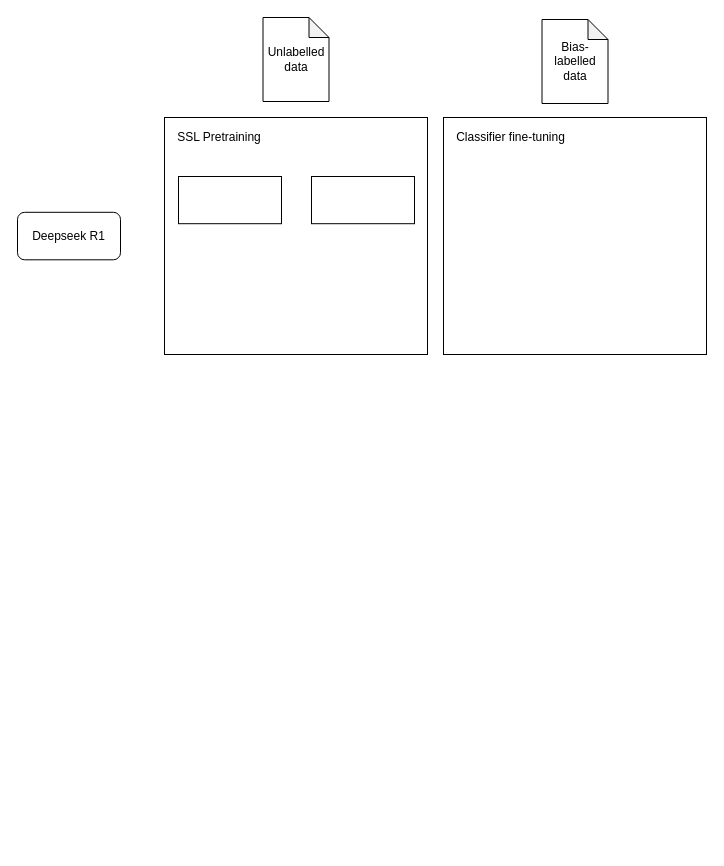
The draw.io diagram Architecture.drawio in cvu-opensource/NTU-DLWeek2025, before the edit. Source tidied: cells renumbered, new cells numbered last; positions are measured from the earlier drawing's top-left corner, leaving out a move shared by most shapes. Both pictures are drawn from the tidied source at 100%, with x=0, y=0 at pixel (17, 17).
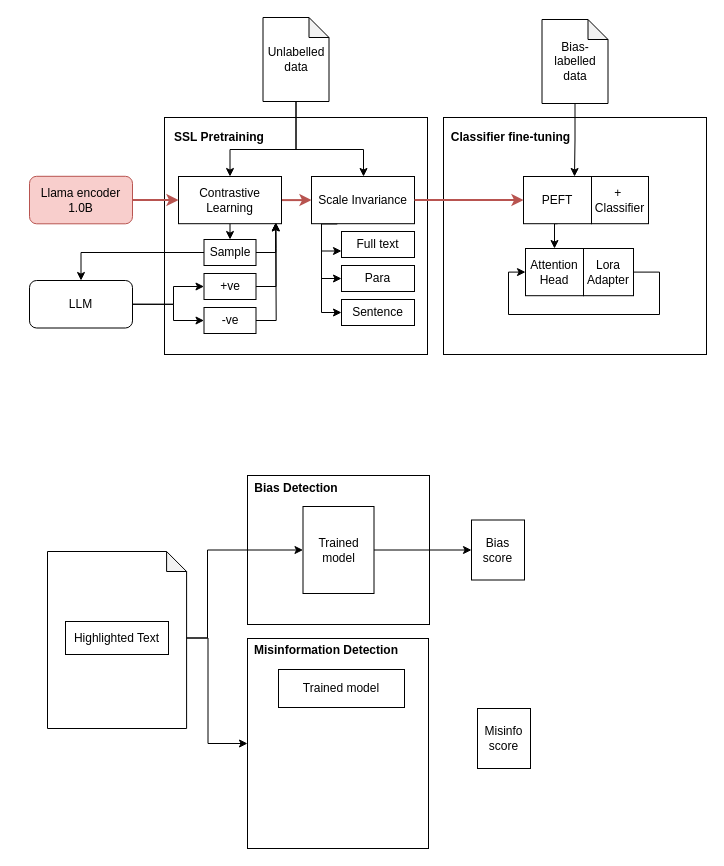
Above is the later version.

Commit message (it also covers changes not shown here):
trying to augment labels

The change refers to these unchanged cells:
```xml
<mxCell id="2" style="group;" parent="1" vertex="1">
  <mxGeometry x="147" y="100" width="263" height="237" as="geometry" />
</mxCell>
<mxCell id="7" style="group;" parent="1" vertex="1">
  <mxGeometry x="426" y="100" width="263" height="237" as="geometry" />
</mxCell>
<mxCell id="10" value="Unlabelled data" style="shape=note;whiteSpace=wrap;html=1;backgroundOutline=1;darkOpacity=0.05;size=20;" parent="1" vertex="1">
  <mxGeometry x="245.5" width="66" height="84" as="geometry" />
</mxCell>
<mxCell id="11" value="Bias-labelled data" style="shape=note;whiteSpace=wrap;html=1;backgroundOutline=1;darkOpacity=0.05;size=20;" parent="1" vertex="1">
  <mxGeometry x="524.5" y="2" width="66" height="84" as="geometry" />
</mxCell>
```

Diff of the diagram source:
```diff
@@
-    <mxCell id="4" value="SSL Pretraining" style="text;html=1;align=center;verticalAlign=middle;whiteSpace=wrap;rounded=0;" parent="2" vertex="1">
+    <mxCell id="4" value="SSL Pretraining" style="text;html=1;align=center;verticalAlign=middle;whiteSpace=wrap;rounded=0;fontStyle=1;" parent="2" vertex="1">
       <mxGeometry x="3.7" y="5" width="102.3" height="30" as="geometry" />
     </mxCell>
+    <mxCell id="13" style="edgeStyle=orthogonalEdgeStyle;rounded=0;jettySize=auto;html=1;exitX=1;exitY=0.5;exitDx=0;exitDy=0;entryX=0;entryY=0.5;entryDx=0;entryDy=0;fillColor=#f8cecc;strokeColor=#b85450;strokeWidth=2;" parent="2" edge="1" source="5" target="6">
+      <mxGeometry relative="1" as="geometry" />
+    </mxCell>
+    <mxCell id="14" style="edgeStyle=orthogonalEdgeStyle;rounded=0;jettySize=auto;html=1;exitX=0.5;exitY=1;exitDx=0;exitDy=0;entryX=0.5;entryY=0;entryDx=0;entryDy=0;" parent="2" edge="1" source="5" target="22">
+      <mxGeometry relative="1" as="geometry" />
+    </mxCell>
-    <mxCell id="5" style="rounded=0;whiteSpace=wrap;html=1;" parent="2" vertex="1">
+    <mxCell id="5" value="Contrastive Learning" style="rounded=0;whiteSpace=wrap;html=1;" parent="2" vertex="1">
       <mxGeometry x="14" y="59" width="103" height="47.2" as="geometry" />
     </mxCell>
+    <mxCell id="15" style="edgeStyle=orthogonalEdgeStyle;rounded=0;jettySize=auto;html=1;exitX=0.25;exitY=1;exitDx=0;exitDy=0;entryX=0;entryY=0.75;entryDx=0;entryDy=0;" parent="2" edge="1" source="6" target="18">
+      <mxGeometry relative="1" as="geometry">
+        <Array as="points">
+          <mxPoint x="157" y="106" />
+          <mxPoint x="157" y="134" />
+        </Array>
+      </mxGeometry>
+    </mxCell>
+    <mxCell id="16" style="edgeStyle=orthogonalEdgeStyle;rounded=0;jettySize=auto;html=1;exitX=0.25;exitY=1;exitDx=0;exitDy=0;entryX=0;entryY=0.5;entryDx=0;entryDy=0;" parent="2" edge="1" source="6" target="20">
+      <mxGeometry relative="1" as="geometry">
+        <Array as="points">
+          <mxPoint x="157" y="106" />
+          <mxPoint x="157" y="195" />
+        </Array>
+      </mxGeometry>
+    </mxCell>
+    <mxCell id="17" style="edgeStyle=orthogonalEdgeStyle;rounded=0;jettySize=auto;html=1;exitX=0.25;exitY=1;exitDx=0;exitDy=0;entryX=0;entryY=0.5;entryDx=0;entryDy=0;" parent="2" edge="1" source="6" target="19">
+      <mxGeometry relative="1" as="geometry">
+        <Array as="points">
+          <mxPoint x="157" y="106" />
+          <mxPoint x="157" y="161" />
+        </Array>
+      </mxGeometry>
+    </mxCell>
-    <mxCell id="6" style="rounded=0;whiteSpace=wrap;html=1;" parent="2" vertex="1">
+    <mxCell id="6" value="Scale Invariance" style="rounded=0;whiteSpace=wrap;html=1;" parent="2" vertex="1">
       <mxGeometry x="147" y="59" width="103" height="47.2" as="geometry" />
     </mxCell>
+    <mxCell id="18" value="Full text" style="rounded=0;whiteSpace=wrap;html=1;" parent="2" vertex="1">
+      <mxGeometry x="177" y="114" width="73" height="26" as="geometry" />
+    </mxCell>
+    <mxCell id="19" value="Para" style="rounded=0;whiteSpace=wrap;html=1;" parent="2" vertex="1">
+      <mxGeometry x="177" y="148" width="73" height="26" as="geometry" />
+    </mxCell>
+    <mxCell id="20" value="Sentence" style="rounded=0;whiteSpace=wrap;html=1;" parent="2" vertex="1">
+      <mxGeometry x="177" y="182" width="73" height="26" as="geometry" />
+    </mxCell>
+    <mxCell id="21" style="edgeStyle=orthogonalEdgeStyle;rounded=0;jettySize=auto;html=1;exitX=1;exitY=0.5;exitDx=0;exitDy=0;" parent="2" edge="1" source="22">
+      <mxGeometry relative="1" as="geometry">
+        <mxPoint x="111.2" y="105.4" as="targetPoint" />
+      </mxGeometry>
+    </mxCell>
+    <mxCell id="22" value="Sample" style="rounded=0;whiteSpace=wrap;html=1;" parent="2" vertex="1">
+      <mxGeometry x="39.5" y="122" width="52" height="26" as="geometry" />
+    </mxCell>
+    <mxCell id="23" value="+ve" style="rounded=0;whiteSpace=wrap;html=1;" parent="2" vertex="1">
+      <mxGeometry x="39.5" y="156" width="52" height="26" as="geometry" />
+    </mxCell>
+    <mxCell id="24" style="edgeStyle=orthogonalEdgeStyle;rounded=0;jettySize=auto;html=1;exitX=1;exitY=0.5;exitDx=0;exitDy=0;" parent="2" edge="1" source="25">
+      <mxGeometry relative="1" as="geometry">
+        <mxPoint x="111.2" y="105.4" as="targetPoint" />
+      </mxGeometry>
+    </mxCell>
+    <mxCell id="25" value="-ve" style="rounded=0;whiteSpace=wrap;html=1;" parent="2" vertex="1">
+      <mxGeometry x="39.5" y="190" width="52" height="26" as="geometry" />
+    </mxCell>
+    <mxCell id="26" style="edgeStyle=orthogonalEdgeStyle;rounded=0;jettySize=auto;html=1;exitX=1;exitY=0.5;exitDx=0;exitDy=0;entryX=0.945;entryY=0.975;entryDx=0;entryDy=0;entryPerimeter=0;" parent="2" edge="1" source="23" target="5">
+      <mxGeometry relative="1" as="geometry" />
+    </mxCell>
@@
-    <mxCell id="9" value="Classifier fine-tuning" style="text;html=1;align=center;verticalAlign=middle;whiteSpace=wrap;rounded=0;" parent="7" vertex="1">
+    <mxCell id="9" value="&lt;b&gt;Classifier fine-tuning&lt;/b&gt;" style="text;html=1;align=center;verticalAlign=middle;whiteSpace=wrap;rounded=0;" parent="7" vertex="1">
       <mxGeometry x="3.7" y="5" width="127.3" height="30" as="geometry" />
     </mxCell>
+    <mxCell id="27" style="edgeStyle=orthogonalEdgeStyle;rounded=0;jettySize=auto;html=1;exitX=0.5;exitY=1;exitDx=0;exitDy=0;entryX=0.5;entryY=0;entryDx=0;entryDy=0;" parent="7" edge="1" source="28" target="32">
+      <mxGeometry relative="1" as="geometry" />
+    </mxCell>
+    <mxCell id="28" value="PEFT" style="rounded=0;whiteSpace=wrap;html=1;" parent="7" vertex="1">
+      <mxGeometry x="80" y="59" width="68" height="47.2" as="geometry" />
+    </mxCell>
+    <mxCell id="29" value="+&amp;nbsp;&lt;div&gt;Classifier&lt;/div&gt;" style="rounded=0;whiteSpace=wrap;html=1;" parent="7" vertex="1">
+      <mxGeometry x="148" y="59" width="57" height="47.2" as="geometry" />
+    </mxCell>
+    <mxCell id="30" style="group;" parent="7" vertex="1">
+      <mxGeometry x="82" y="131" width="108" height="47.2" as="geometry" />
+    </mxCell>
+    <mxCell id="31" value="Lora Adapter" style="rounded=0;whiteSpace=wrap;html=1;" parent="30" vertex="1">
+      <mxGeometry x="58" width="50" height="47.2" as="geometry" />
+    </mxCell>
+    <mxCell id="32" value="Attention Head" style="rounded=0;whiteSpace=wrap;html=1;" parent="30" vertex="1">
+      <mxGeometry width="58" height="47.2" as="geometry" />
+    </mxCell>
+    <mxCell id="33" style="edgeStyle=orthogonalEdgeStyle;rounded=0;jettySize=auto;html=1;exitX=1;exitY=0.5;exitDx=0;exitDy=0;entryX=0;entryY=0.5;entryDx=0;entryDy=0;" parent="30" edge="1" source="31" target="32">
+      <mxGeometry relative="1" as="geometry">
+        <Array as="points">
+          <mxPoint x="134" y="24" />
+          <mxPoint x="134" y="66" />
+          <mxPoint x="-17" y="66" />
+          <mxPoint x="-17" y="24" />
+        </Array>
+      </mxGeometry>
+    </mxCell>
+    <mxCell id="34" style="edgeStyle=orthogonalEdgeStyle;rounded=0;jettySize=auto;html=1;exitX=0.5;exitY=1;exitDx=0;exitDy=0;exitPerimeter=0;entryX=0.5;entryY=0;entryDx=0;entryDy=0;" parent="1" edge="1" source="10" target="5">
+      <mxGeometry relative="1" as="geometry">
+        <Array as="points">
+          <mxPoint x="278" y="132" />
+          <mxPoint x="212" y="132" />
+        </Array>
+      </mxGeometry>
+    </mxCell>
+    <mxCell id="35" style="edgeStyle=orthogonalEdgeStyle;rounded=0;jettySize=auto;html=1;exitX=0.5;exitY=1;exitDx=0;exitDy=0;exitPerimeter=0;" parent="1" edge="1" source="10" target="6">
+      <mxGeometry relative="1" as="geometry">
+        <Array as="points">
+          <mxPoint x="278" y="132" />
+          <mxPoint x="346" y="132" />
+        </Array>
+      </mxGeometry>
+    </mxCell>
@@
+    <mxCell id="36" style="edgeStyle=orthogonalEdgeStyle;rounded=0;jettySize=auto;html=1;exitX=0.5;exitY=1;exitDx=0;exitDy=0;exitPerimeter=0;entryX=0.75;entryY=0;entryDx=0;entryDy=0;" parent="1" edge="1" source="11" target="28">
+      <mxGeometry relative="1" as="geometry" />
+    </mxCell>
@@
+    <mxCell id="37" style="edgeStyle=orthogonalEdgeStyle;rounded=0;jettySize=auto;html=1;exitX=1;exitY=0.5;exitDx=0;exitDy=0;entryX=0;entryY=0.5;entryDx=0;entryDy=0;" parent="1" edge="1" source="12" target="23">
+      <mxGeometry relative="1" as="geometry">
+        <Array as="points">
+          <mxPoint x="156" y="287" />
+          <mxPoint x="156" y="269" />
+        </Array>
+      </mxGeometry>
+    </mxCell>
+    <mxCell id="38" style="edgeStyle=orthogonalEdgeStyle;rounded=0;jettySize=auto;html=1;exitX=1;exitY=0.5;exitDx=0;exitDy=0;entryX=0;entryY=0.5;entryDx=0;entryDy=0;" parent="1" edge="1" source="12" target="25">
+      <mxGeometry relative="1" as="geometry">
+        <Array as="points">
+          <mxPoint x="156" y="287" />
+          <mxPoint x="156" y="303" />
+        </Array>
+      </mxGeometry>
+    </mxCell>
-    <mxCell id="12" value="Deepseek R1" style="rounded=1;whiteSpace=wrap;html=1;" parent="1" vertex="1">
-      <mxGeometry y="194.8" width="103" height="47.5" as="geometry" />
+    <mxCell id="12" value="LLM" style="rounded=1;whiteSpace=wrap;html=1;" parent="1" vertex="1">
+      <mxGeometry x="12" y="263" width="103" height="47.5" as="geometry" />
     </mxCell>
+    <mxCell id="39" style="edgeStyle=orthogonalEdgeStyle;rounded=0;jettySize=auto;html=1;exitX=1;exitY=0.5;exitDx=0;exitDy=0;entryX=0;entryY=0.5;entryDx=0;entryDy=0;fillColor=#f8cecc;strokeColor=#b85450;strokeWidth=2;" parent="1" edge="1" source="40" target="5">
+      <mxGeometry relative="1" as="geometry" />
+    </mxCell>
+    <mxCell id="40" value="Llama encoder 1.0B" style="rounded=1;whiteSpace=wrap;html=1;fillColor=#f8cecc;strokeColor=#b85450;" parent="1" vertex="1">
+      <mxGeometry x="12" y="158.8" width="103" height="47.5" as="geometry" />
+    </mxCell>
+    <mxCell id="41" style="edgeStyle=orthogonalEdgeStyle;rounded=0;jettySize=auto;html=1;exitX=0;exitY=0.5;exitDx=0;exitDy=0;entryX=0.5;entryY=0;entryDx=0;entryDy=0;" parent="1" edge="1" source="22" target="12">
+      <mxGeometry relative="1" as="geometry">
+        <Array as="points">
+          <mxPoint x="64" y="235" />
+        </Array>
+      </mxGeometry>
+    </mxCell>
+    <mxCell id="42" style="group;" parent="1" vertex="1">
+      <mxGeometry x="230" y="458" width="263" height="149" as="geometry" />
+    </mxCell>
+    <mxCell id="43" style="rounded=0;whiteSpace=wrap;html=1;" parent="42" vertex="1">
+      <mxGeometry width="182" height="149" as="geometry" />
+    </mxCell>
+    <mxCell id="44" value="&lt;b&gt;Bias Detection&lt;/b&gt;" style="text;html=1;align=center;verticalAlign=middle;whiteSpace=wrap;rounded=0;" parent="42" vertex="1">
+      <mxGeometry x="3.7" y="3.1" width="90.3" height="18.9" as="geometry" />
+    </mxCell>
+    <mxCell id="45" value="Trained model" style="rounded=0;whiteSpace=wrap;html=1;" parent="42" vertex="1">
+      <mxGeometry x="55.5" y="31" width="71" height="87" as="geometry" />
+    </mxCell>
+    <mxCell id="46" style="edgeStyle=orthogonalEdgeStyle;rounded=0;jettySize=auto;html=1;exitX=1;exitY=0.5;exitDx=0;exitDy=0;entryX=0;entryY=0.5;entryDx=0;entryDy=0;fillColor=#f8cecc;strokeColor=#b85450;strokeWidth=2;" parent="1" edge="1" source="6" target="28">
+      <mxGeometry relative="1" as="geometry">
+        <Array as="points">
+          <mxPoint x="420" y="183" />
+          <mxPoint x="420" y="183" />
+        </Array>
+      </mxGeometry>
+    </mxCell>
+    <mxCell id="47" style="group;" parent="1" vertex="1">
+      <mxGeometry x="230" y="621" width="181" height="210" as="geometry" />
+    </mxCell>
+    <mxCell id="48" style="rounded=0;whiteSpace=wrap;html=1;" parent="47" vertex="1">
+      <mxGeometry width="181" height="210" as="geometry" />
+    </mxCell>
+    <mxCell id="49" value="&lt;b&gt;Misinformation Detection&lt;/b&gt;" style="text;html=1;align=center;verticalAlign=middle;whiteSpace=wrap;rounded=0;" parent="47" vertex="1">
+      <mxGeometry x="2.6" y="3.1" width="152.4" height="18.7" as="geometry" />
+    </mxCell>
+    <mxCell id="50" value="Trained model" style="rounded=0;whiteSpace=wrap;html=1;" parent="47" vertex="1">
+      <mxGeometry x="31" y="31" width="126" height="38" as="geometry" />
+    </mxCell>
+    <mxCell id="51" style="edgeStyle=orthogonalEdgeStyle;rounded=0;jettySize=auto;html=1;exitX=1;exitY=0.5;exitDx=0;exitDy=0;entryX=0;entryY=0.5;entryDx=0;entryDy=0;" parent="1" edge="1" source="55" target="45">
+      <mxGeometry relative="1" as="geometry">
+        <Array as="points">
+          <mxPoint x="190" y="621" />
+          <mxPoint x="190" y="533" />
+        </Array>
+      </mxGeometry>
+    </mxCell>
+    <mxCell id="52" style="edgeStyle=orthogonalEdgeStyle;rounded=0;jettySize=auto;html=1;exitX=1;exitY=0.5;exitDx=0;exitDy=0;entryX=0;entryY=0.5;entryDx=0;entryDy=0;" parent="1" edge="1" source="55" target="48">
+      <mxGeometry relative="1" as="geometry" />
+    </mxCell>
+    <mxCell id="53" style="group;" parent="1" vertex="1">
+      <mxGeometry x="30" y="534" width="139.1" height="177" as="geometry" />
+    </mxCell>
+    <mxCell id="54" style="shape=note;whiteSpace=wrap;html=1;backgroundOutline=1;darkOpacity=0.05;size=20;align=center;" parent="53" vertex="1">
+      <mxGeometry width="139.1" height="177" as="geometry" />
+    </mxCell>
+    <mxCell id="55" value="Highlighted Text" style="rounded=0;whiteSpace=wrap;html=1;" parent="53" vertex="1">
+      <mxGeometry x="18" y="70" width="103" height="33" as="geometry" />
+    </mxCell>
+    <mxCell id="56" value="Bias score" style="rounded=0;whiteSpace=wrap;html=1;" parent="1" vertex="1">
+      <mxGeometry x="454" y="502.5" width="53" height="60" as="geometry" />
+    </mxCell>
+    <mxCell id="57" style="edgeStyle=orthogonalEdgeStyle;rounded=0;jettySize=auto;html=1;exitX=1;exitY=0.5;exitDx=0;exitDy=0;entryX=0;entryY=0.5;entryDx=0;entryDy=0;" parent="1" edge="1" source="45" target="56">
+      <mxGeometry relative="1" as="geometry" />
+    </mxCell>
+    <mxCell id="58" value="Misinfo score" style="rounded=0;whiteSpace=wrap;html=1;" parent="1" vertex="1">
+      <mxGeometry x="460" y="691" width="53" height="60" as="geometry" />
+    </mxCell>
```
